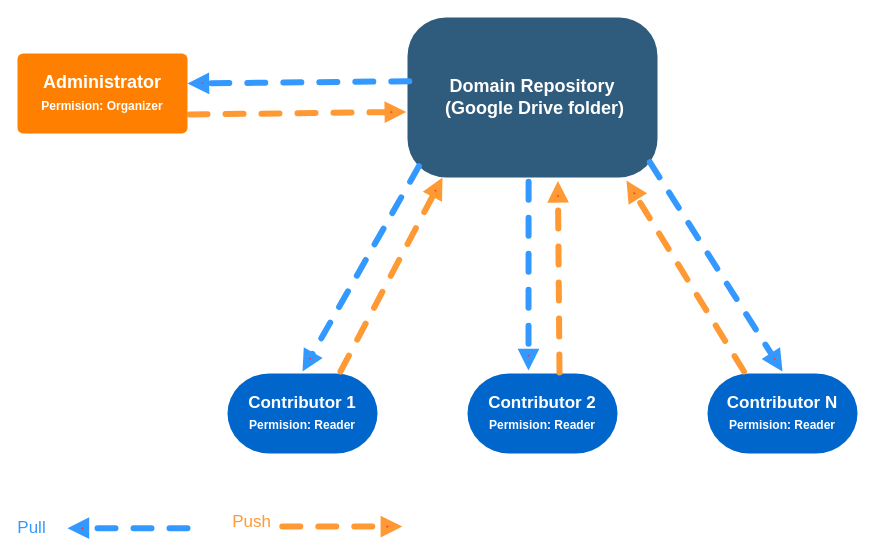
Earlier version of the draw.io diagram Writerside/resources/Sinlge_Project_Cloud_Flow_Chart.drawio (gridxdev/bluegrid-docs). Source tidied: cells renumbered, new cells numbered last; positions are measured from the earlier drawing's top-left corner, leaving out a move shared by most shapes. Both pictures are drawn from the tidied source at 100%, with x=0, y=0 at pixel (17, 17).
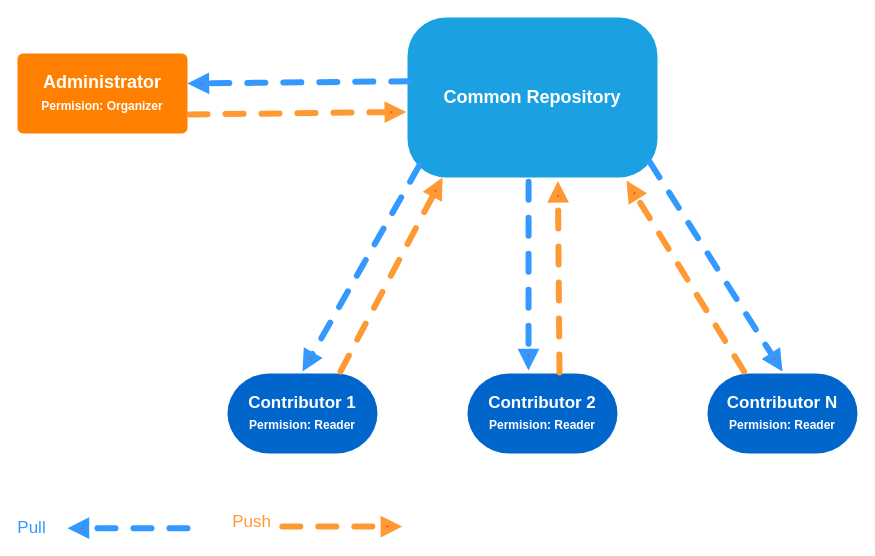
After the change.

The edit, as a diff of the source:
```diff
@@
-    <mxCell id="7" value="Domain&amp;nbsp;&lt;span style=&quot;background-color: initial;&quot;&gt;Repository&lt;/span&gt;&lt;div style=&quot;font-size: 18px;&quot;&gt;&amp;nbsp;(&lt;span style=&quot;background-color: initial;&quot;&gt;Google Drive folder)&lt;/span&gt;&lt;/div&gt;" style="rounded=1;whiteSpace=wrap;html=1;shadow=0;labelBackgroundColor=none;strokeColor=none;strokeWidth=3;fillColor=#2F5B7C;fontFamily=Helvetica;fontSize=18;fontColor=#FFFFFF;align=center;fontStyle=1;spacing=5;arcSize=24;perimeterSpacing=2;fillOpacity=100;" parent="1" vertex="1">
+    <mxCell id="7" value="&lt;span style=&quot;background-color: initial;&quot;&gt;Common Repository&lt;/span&gt;" style="rounded=1;whiteSpace=wrap;html=1;shadow=0;labelBackgroundColor=none;strokeColor=none;strokeWidth=3;fillColor=#1ba1e2;fontFamily=Helvetica;fontSize=18;fontColor=#ffffff;align=center;fontStyle=1;spacing=5;arcSize=24;perimeterSpacing=2;fillOpacity=100;" parent="1" vertex="1">
       <mxGeometry x="390" width="250" height="160" as="geometry" />
     </mxCell>
```
